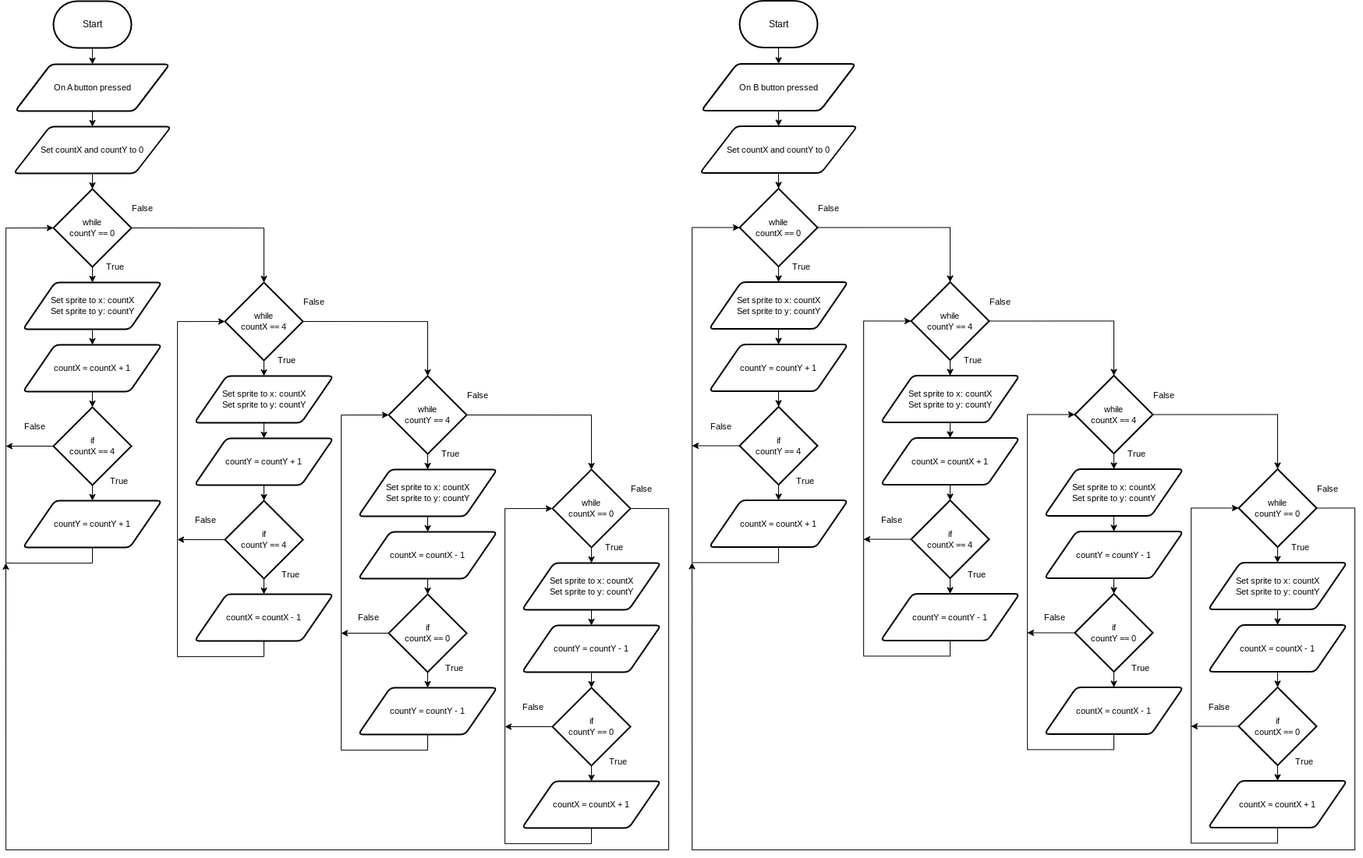
MTHS-TEJ2O-1-2024/TEJ2O-Unit-2-14B-Caleb-Andreas keeps this draw.io diagram as design/flowchart.png. Above is the earlier version. Source tidied: cells renumbered, new cells last; positions are measured from the earlier drawing's top-left corner, leaving out a move shared by most shapes.
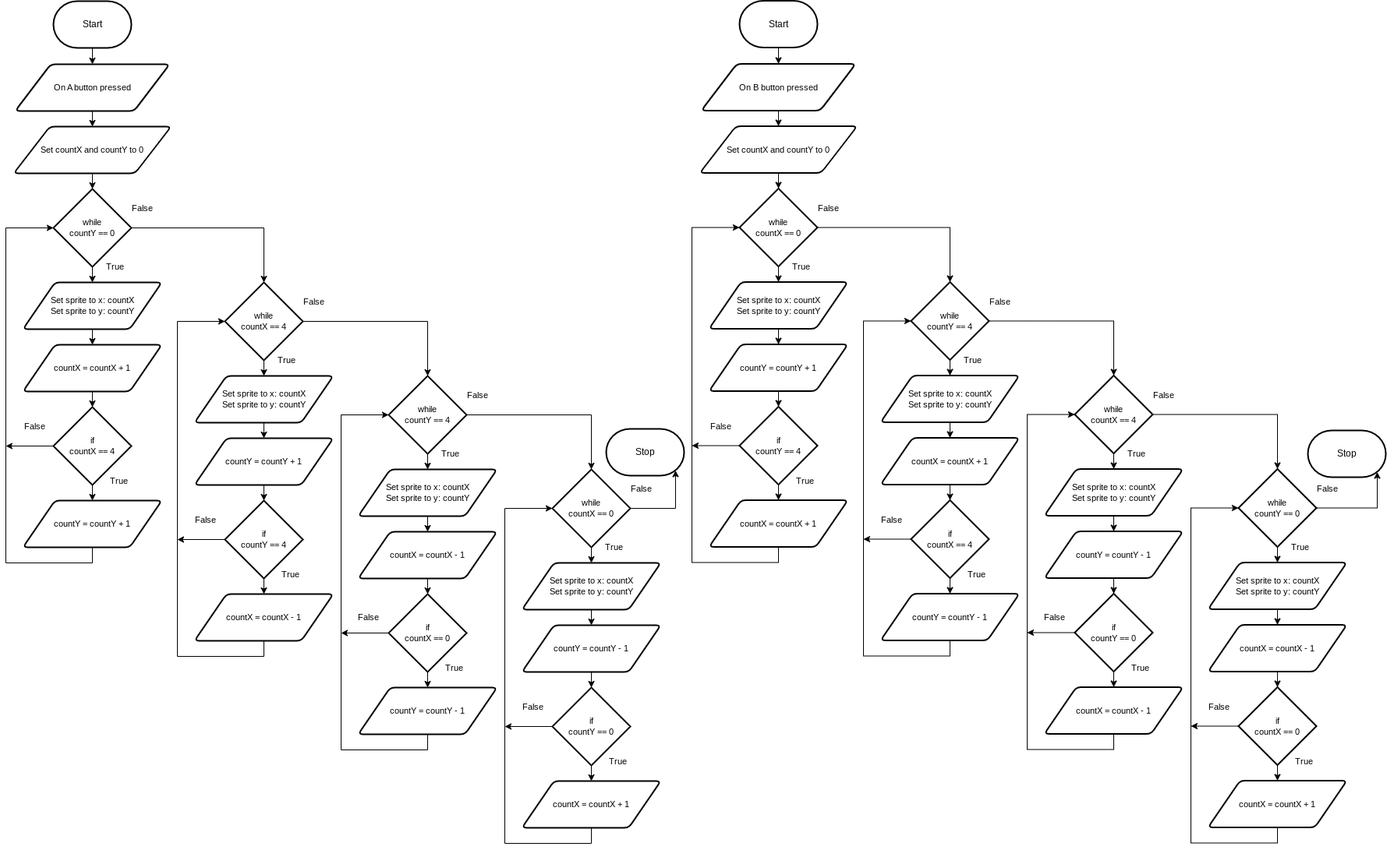
After the change.

What changed in the source:
```diff
@@ -197,16 +197,9 @@
     <mxCell id="56" style="edgeStyle=orthogonalEdgeStyle;shape=connector;rounded=0;html=1;exitX=0.5;exitY=1;exitDx=0;exitDy=0;exitPerimeter=0;entryX=0.5;entryY=0;entryDx=0;entryDy=0;labelBackgroundColor=default;strokeColor=default;fontFamily=Helvetica;fontSize=11;fontColor=default;endArrow=classic;" parent="1" edge="1" source="58" target="60">
       <mxGeometry relative="1" as="geometry" />
     </mxCell>
-    <mxCell id="57" style="edgeStyle=orthogonalEdgeStyle;shape=connector;rounded=0;html=1;exitX=1;exitY=0.5;exitDx=0;exitDy=0;exitPerimeter=0;labelBackgroundColor=default;strokeColor=default;fontFamily=Helvetica;fontSize=11;fontColor=default;endArrow=classic;" parent="1" edge="1" source="58">
-      <mxGeometry relative="1" as="geometry">
-        <mxPoint y="722" as="targetPoint" />
-        <Array as="points">
-          <mxPoint x="850" y="652" />
-          <mxPoint x="850" y="1090" />
-          <mxPoint y="1090" />
-        </Array>
-      </mxGeometry>
-    </mxCell>
+    <mxCell id="142" style="edgeStyle=orthogonalEdgeStyle;shape=connector;rounded=0;html=1;exitX=1;exitY=0.5;exitDx=0;exitDy=0;exitPerimeter=0;entryX=0.89;entryY=0.89;entryDx=0;entryDy=0;entryPerimeter=0;labelBackgroundColor=default;strokeColor=default;fontFamily=Helvetica;fontSize=11;fontColor=default;endArrow=classic;" parent="1" edge="1" source="58" target="144">
+      <mxGeometry relative="1" as="geometry" />
+    </mxCell>
     <mxCell id="58" value="while&lt;br&gt;countX == 0" style="strokeWidth=2;html=1;shape=mxgraph.flowchart.decision;whiteSpace=wrap;fontFamily=Helvetica;fontSize=11;fontColor=default;" parent="1" vertex="1">
       <mxGeometry x="701" y="602" width="100" height="100" as="geometry" />
     </mxCell>
@@ -454,16 +447,9 @@
     <mxCell id="126" style="edgeStyle=orthogonalEdgeStyle;shape=connector;rounded=0;html=1;exitX=0.5;exitY=1;exitDx=0;exitDy=0;exitPerimeter=0;entryX=0.5;entryY=0;entryDx=0;entryDy=0;labelBackgroundColor=default;strokeColor=default;fontFamily=Helvetica;fontSize=11;fontColor=default;endArrow=classic;" parent="1" edge="1" source="128" target="130">
       <mxGeometry relative="1" as="geometry" />
     </mxCell>
-    <mxCell id="127" style="edgeStyle=orthogonalEdgeStyle;shape=connector;rounded=0;html=1;exitX=1;exitY=0.5;exitDx=0;exitDy=0;exitPerimeter=0;labelBackgroundColor=default;strokeColor=default;fontFamily=Helvetica;fontSize=11;fontColor=default;endArrow=classic;" parent="1" edge="1" source="128">
-      <mxGeometry relative="1" as="geometry">
-        <mxPoint x="880" y="721.5" as="targetPoint" />
-        <Array as="points">
-          <mxPoint x="1730" y="652" />
-          <mxPoint x="1730" y="1090" />
-          <mxPoint x="880" y="1090" />
-        </Array>
-      </mxGeometry>
-    </mxCell>
+    <mxCell id="143" style="edgeStyle=orthogonalEdgeStyle;shape=connector;rounded=0;html=1;exitX=1;exitY=0.5;exitDx=0;exitDy=0;exitPerimeter=0;entryX=0.89;entryY=0.89;entryDx=0;entryDy=0;entryPerimeter=0;labelBackgroundColor=default;strokeColor=default;fontFamily=Helvetica;fontSize=11;fontColor=default;endArrow=classic;" parent="1" edge="1" source="128" target="145">
+      <mxGeometry relative="1" as="geometry" />
+    </mxCell>
     <mxCell id="128" value="while&lt;br&gt;countY == 0" style="strokeWidth=2;html=1;shape=mxgraph.flowchart.decision;whiteSpace=wrap;fontFamily=Helvetica;fontSize=11;fontColor=default;" parent="1" vertex="1">
       <mxGeometry x="1581" y="601.5" width="100" height="100" as="geometry" />
     </mxCell>
@@ -516,5 +502,11 @@
     <mxCell id="141" value="countX = countX + 1" style="shape=parallelogram;html=1;strokeWidth=2;perimeter=parallelogramPerimeter;whiteSpace=wrap;rounded=1;arcSize=12;size=0.23;fontFamily=Helvetica;fontSize=11;fontColor=default;" parent="1" vertex="1">
       <mxGeometry x="1542" y="1001.5" width="178" height="60" as="geometry" />
     </mxCell>
+    <mxCell id="144" value="Stop" style="strokeWidth=2;html=1;shape=mxgraph.flowchart.terminator;whiteSpace=wrap;" parent="1" vertex="1">
+      <mxGeometry x="770" y="550" width="100" height="60" as="geometry" />
+    </mxCell>
+    <mxCell id="145" value="Stop" style="strokeWidth=2;html=1;shape=mxgraph.flowchart.terminator;whiteSpace=wrap;" parent="1" vertex="1">
+      <mxGeometry x="1670" y="552" width="100" height="60" as="geometry" />
+    </mxCell>
   </root>
 </mxGraphModel>
```
